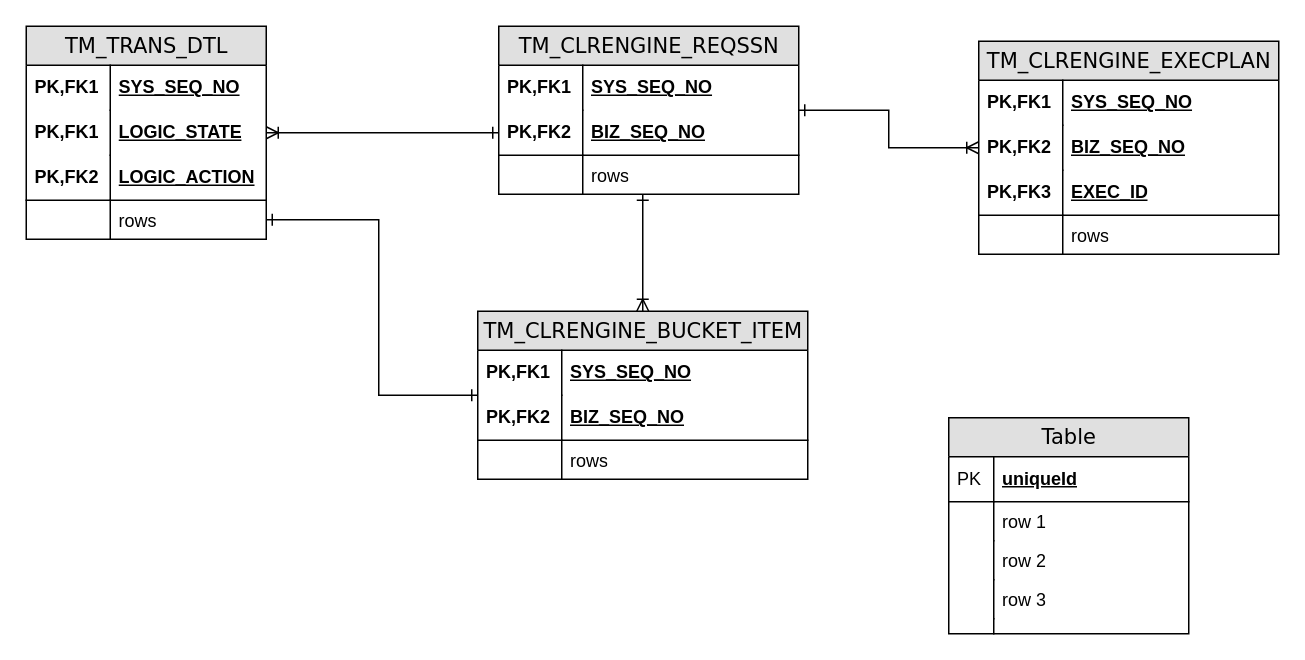
The draw.io diagram 清算引擎数据结构图.drawio in staconfree/design, before the edit. Source tidied: cells renumbered, new cells numbered last; positions are measured from the earlier drawing's top-left corner, leaving out a move shared by most shapes. Both pictures are drawn from the tidied source at 150%, with x=0, y=0 at pixel (26, 26).
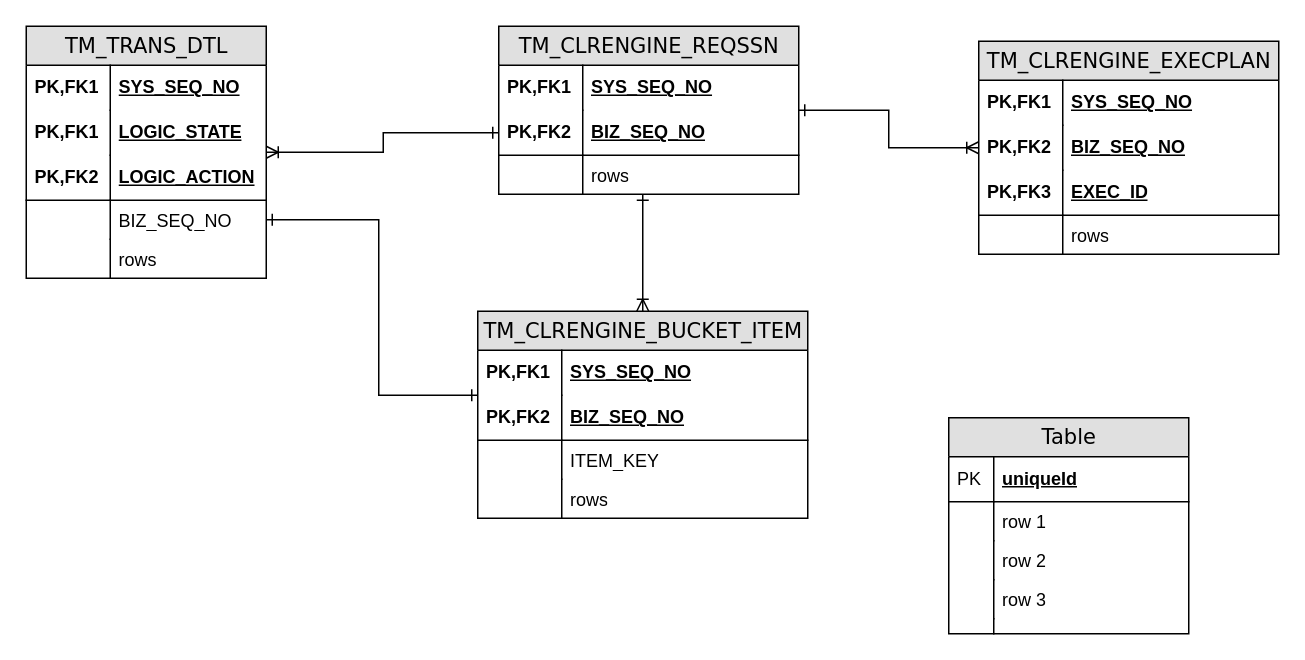
The same page after the edit.

Commit message (it also covers changes not shown here):
更新清算引擎数据结构图.drawio

What changed in the source:
```diff
@@
     <mxCell id="15" value="TM_TRANS_DTL" style="swimlane;html=1;fontStyle=0;horizontal=1;startSize=26;fillColor=#e0e0e0;swimlaneFillColor=#ffffff;align=center;rounded=0;shadow=0;comic=0;labelBackgroundColor=none;strokeColor=#000000;strokeWidth=1;fontFamily=Verdana;fontSize=14;fontColor=#000000;" parent="1" vertex="1">
-      <mxGeometry width="160" height="142" as="geometry" />
+      <mxGeometry width="160" height="168" as="geometry" />
     </mxCell>
@@
-    <mxCell id="22" value="&lt;div&gt;rows&lt;/div&gt;" style="shape=partialRectangle;top=0;left=0;right=0;bottom=0;html=1;align=left;verticalAlign=top;fillColor=none;spacingLeft=60;spacingRight=4;whiteSpace=wrap;overflow=hidden;points=[[0,0.5],[1,0.5]];portConstraint=eastwest;" parent="15" vertex="1">
+    <mxCell id="22" value="BIZ_SEQ_NO" style="shape=partialRectangle;top=0;left=0;right=0;bottom=0;html=1;align=left;verticalAlign=top;fillColor=none;spacingLeft=60;spacingRight=4;whiteSpace=wrap;overflow=hidden;points=[[0,0.5],[1,0.5]];portConstraint=eastwest;" parent="15" vertex="1">
       <mxGeometry y="116" width="160" height="26" as="geometry" />
     </mxCell>
@@
+    <mxCell id="49" value="&lt;div&gt;rows&lt;/div&gt;" style="shape=partialRectangle;top=0;left=0;right=0;bottom=0;html=1;align=left;verticalAlign=top;fillColor=none;spacingLeft=60;spacingRight=4;whiteSpace=wrap;overflow=hidden;" parent="15" vertex="1">
+      <mxGeometry y="142" width="160" height="26" as="geometry" />
+    </mxCell>
+    <mxCell id="50" style="shape=partialRectangle;top=0;left=0;bottom=0;html=1;fillColor=none;align=left;verticalAlign=top;spacingLeft=4;spacingRight=4;whiteSpace=wrap;overflow=hidden;" parent="49" vertex="1">
+      <mxGeometry width="56" height="26" as="geometry" />
+    </mxCell>
@@
     <mxCell id="42" value="TM_CLRENGINE_BUCKET_ITEM" style="swimlane;html=1;fontStyle=0;horizontal=1;startSize=26;fillColor=#e0e0e0;swimlaneFillColor=#ffffff;align=center;rounded=0;shadow=0;comic=0;labelBackgroundColor=none;strokeColor=#000000;strokeWidth=1;fontFamily=Verdana;fontSize=14;fontColor=#000000;" parent="1" vertex="1">
-      <mxGeometry x="301" y="190" width="220" height="112" as="geometry" />
+      <mxGeometry x="301" y="190" width="220" height="138" as="geometry" />
     </mxCell>
@@
-    <mxCell id="47" value="&lt;div&gt;rows&lt;/div&gt;" style="shape=partialRectangle;top=0;left=0;right=0;bottom=0;html=1;align=left;verticalAlign=top;fillColor=none;spacingLeft=60;spacingRight=4;whiteSpace=wrap;overflow=hidden;" parent="42" vertex="1">
+    <mxCell id="47" value="ITEM_KEY" style="shape=partialRectangle;top=0;left=0;right=0;bottom=0;html=1;align=left;verticalAlign=top;fillColor=none;spacingLeft=60;spacingRight=4;whiteSpace=wrap;overflow=hidden;" parent="42" vertex="1">
       <mxGeometry y="86" width="220" height="26" as="geometry" />
     </mxCell>
@@
+    <mxCell id="51" value="&lt;div&gt;rows&lt;/div&gt;" style="shape=partialRectangle;top=0;left=0;right=0;bottom=0;html=1;align=left;verticalAlign=top;fillColor=none;spacingLeft=60;spacingRight=4;whiteSpace=wrap;overflow=hidden;" parent="42" vertex="1">
+      <mxGeometry y="112" width="220" height="26" as="geometry" />
+    </mxCell>
+    <mxCell id="52" style="shape=partialRectangle;top=0;left=0;bottom=0;html=1;fillColor=none;align=left;verticalAlign=top;spacingLeft=4;spacingRight=4;whiteSpace=wrap;overflow=hidden;" parent="51" vertex="1">
+      <mxGeometry width="56" height="26" as="geometry" />
+    </mxCell>
```
